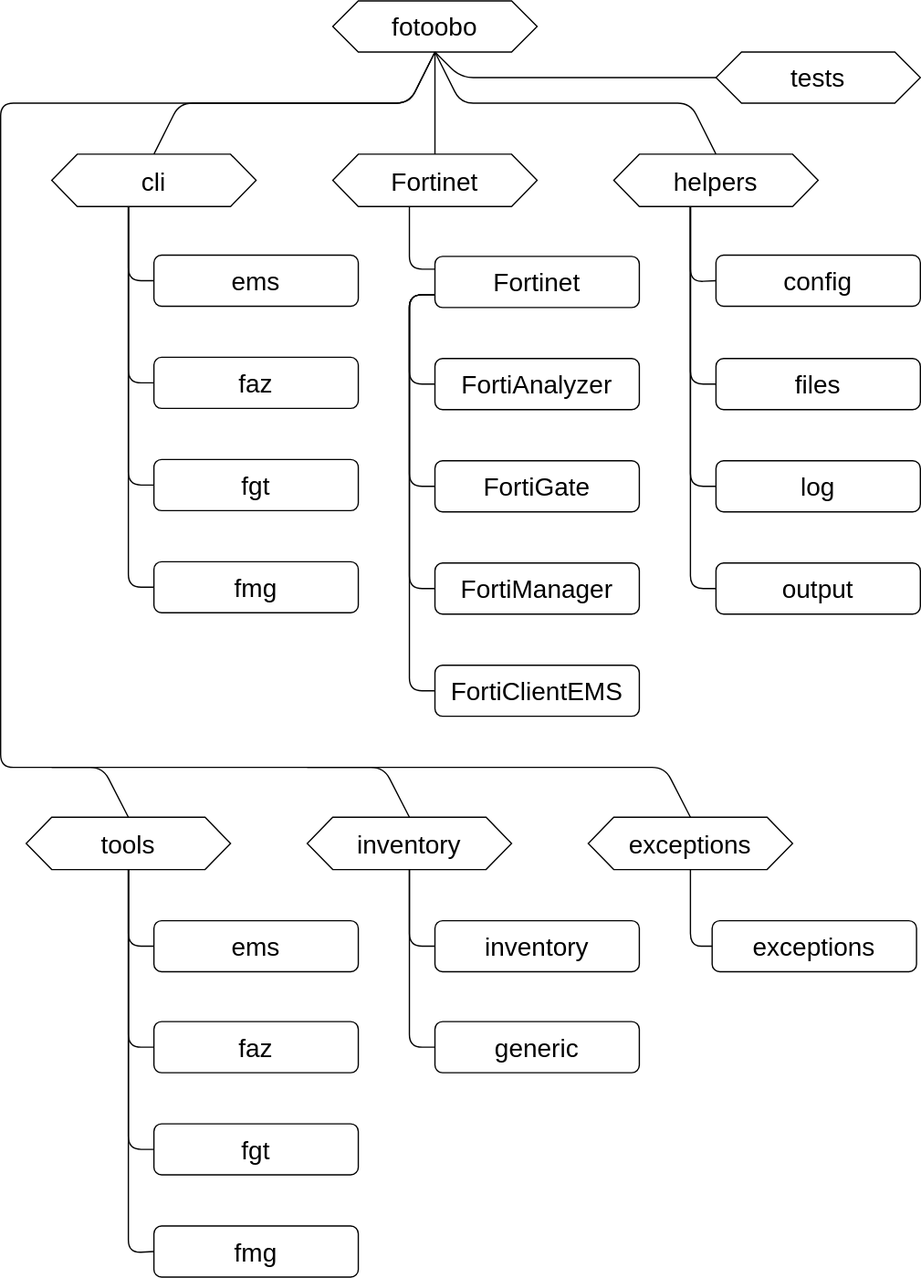
This is docs/source/developer/package_structure.drawio.svg from migros/fotoobo, a draw.io export, as it was before one commit. Source tidied: cells renumbered, new cells last; positions are measured from the earlier drawing's top-left corner, leaving out a move shared by most shapes.
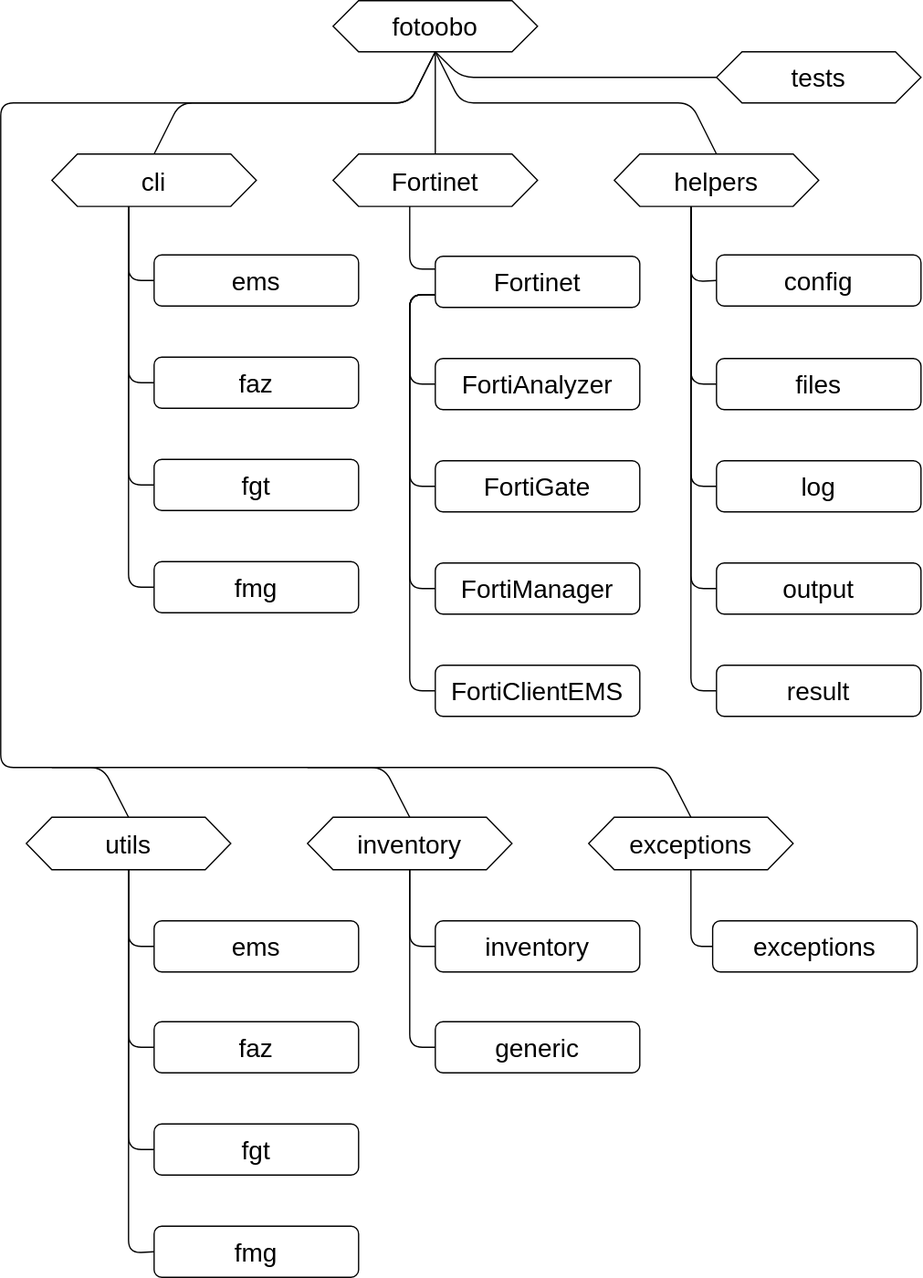
After the commit.

Commit message:
📝 add result module

Change to the diagram source:
```diff
@@ -284,5 +284,15 @@
         </Array>
       </mxGeometry>
     </mxCell>
+    <mxCell id="57" value="result" style="rounded=1;whiteSpace=wrap;html=1;fontSize=20;" parent="1" vertex="1">
+      <mxGeometry x="560" y="520" width="160" height="40" as="geometry" />
+    </mxCell>
+    <mxCell id="58" style="edgeStyle=none;html=1;fontSize=20;endArrow=none;endFill=0;exitX=0.375;exitY=1;exitDx=0;exitDy=0;entryX=0;entryY=0.5;entryDx=0;entryDy=0;" parent="1" edge="1" source="6" target="57">
+      <mxGeometry relative="1" as="geometry">
+        <Array as="points">
+          <mxPoint x="540" y="540" />
+        </Array>
+      </mxGeometry>
+    </mxCell>
   </root>
 </mxGraphModel>
```
